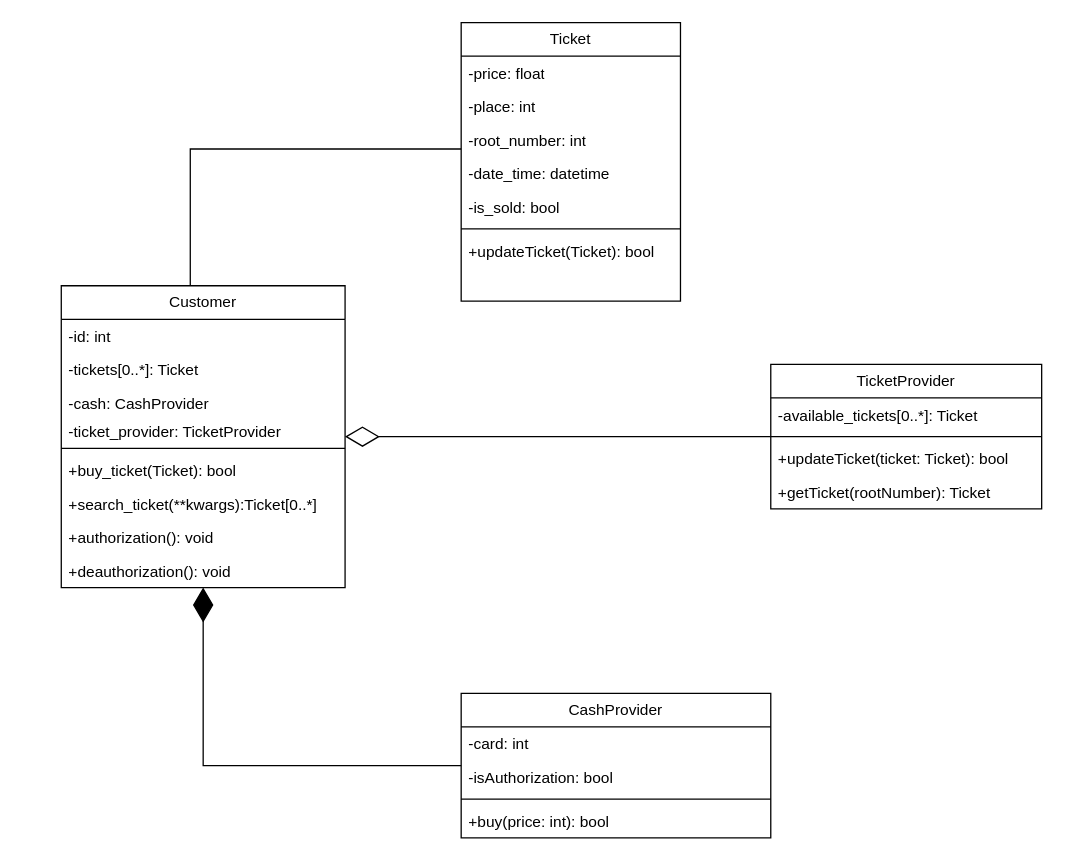
This is homework_04/seminar04.drawio from AlexeyZam15/architecture-po-seminars, a draw.io file, before an edit. Source tidied: cells renumbered, new cells numbered last; positions are measured from the earlier drawing's top-left corner, leaving out a move shared by most shapes. Both pictures are drawn from the tidied source at 129%, with x=0, y=0 at pixel (61, 22).
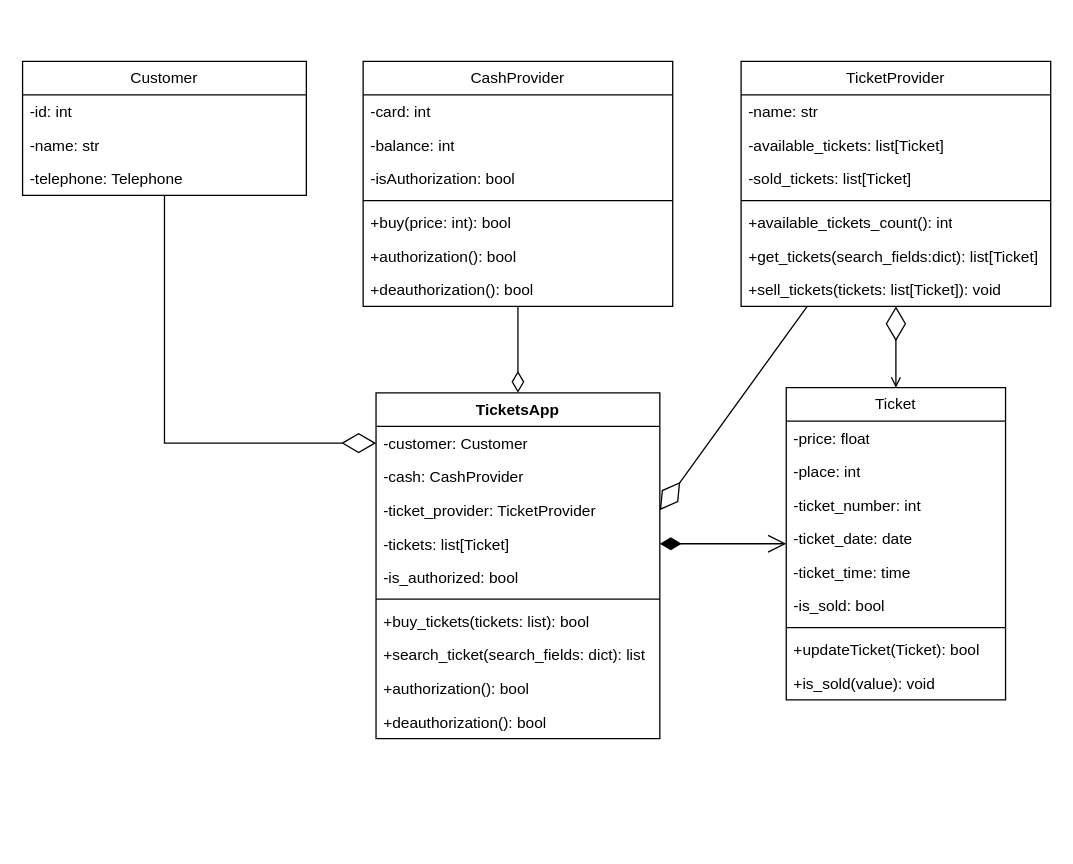
After the change.

Commit message (it also covers changes not shown here):
changed diagram, some changed program, added png variant of diagram

Diff of the diagram source:
```diff
@@
     <mxCell id="2" value="Ticket" style="swimlane;fontStyle=0;horizontal=1;startSize=26;fillColor=none;whiteSpace=wrap;html=1;" parent="1" vertex="1">
-      <mxGeometry x="310" width="170" height="216" as="geometry" />
+      <mxGeometry x="562" y="283" width="170" height="242" as="geometry" />
     </mxCell>
@@
-    <mxCell id="5" value="-root_number: int" style="text;strokeColor=none;fillColor=none;align=left;verticalAlign=top;spacingLeft=4;spacingRight=4;overflow=hidden;whiteSpace=wrap;html=1;" parent="2" vertex="1">
+    <mxCell id="5" value="-ticket_number: int" style="text;strokeColor=none;fillColor=none;align=left;verticalAlign=top;spacingLeft=4;spacingRight=4;overflow=hidden;whiteSpace=wrap;html=1;" parent="2" vertex="1">
       <mxGeometry y="78" width="170" height="26" as="geometry" />
     </mxCell>
-    <mxCell id="6" value="-date_time: datetime" style="text;strokeColor=none;fillColor=none;align=left;verticalAlign=top;spacingLeft=4;spacingRight=4;overflow=hidden;whiteSpace=wrap;html=1;" parent="2" vertex="1">
+    <mxCell id="6" value="-ticket_date: date" style="text;strokeColor=none;fillColor=none;align=left;verticalAlign=top;spacingLeft=4;spacingRight=4;overflow=hidden;whiteSpace=wrap;html=1;" parent="2" vertex="1">
       <mxGeometry y="104" width="170" height="26" as="geometry" />
     </mxCell>
+    <mxCell id="34" value="-ticket_time: time" style="text;strokeColor=none;fillColor=none;align=left;verticalAlign=top;spacingLeft=4;spacingRight=4;overflow=hidden;whiteSpace=wrap;html=1;" parent="2" vertex="1">
+      <mxGeometry y="130" width="170" height="26" as="geometry" />
+    </mxCell>
     <mxCell id="7" value="-is_sold: bool" style="text;strokeColor=none;fillColor=none;align=left;verticalAlign=top;spacingLeft=4;spacingRight=4;overflow=hidden;whiteSpace=wrap;html=1;" parent="2" vertex="1">
-      <mxGeometry y="130" width="170" height="26" as="geometry" />
+      <mxGeometry y="156" width="170" height="26" as="geometry" />
     </mxCell>
     <mxCell id="8" style="line;strokeWidth=1;fillColor=none;align=left;verticalAlign=middle;spacingTop=-1;spacingLeft=3;spacingRight=3;labelPosition=right;strokeColor=inherit;" parent="2" vertex="1">
-      <mxGeometry y="156" width="170" height="8" as="geometry" />
+      <mxGeometry y="182" width="170" height="8" as="geometry" />
     </mxCell>
     <mxCell id="9" value="+updateTicket(Ticket): bool" style="text;strokeColor=none;fillColor=none;align=left;verticalAlign=top;spacingLeft=4;spacingRight=4;overflow=hidden;whiteSpace=wrap;html=1;" parent="2" vertex="1">
-      <mxGeometry y="164" width="170" height="26" as="geometry" />
+      <mxGeometry y="190" width="170" height="26" as="geometry" />
     </mxCell>
-    <mxCell id="10" style="text;strokeColor=none;fillColor=none;align=left;verticalAlign=top;spacingLeft=4;spacingRight=4;overflow=hidden;whiteSpace=wrap;html=1;" parent="2" vertex="1">
-      <mxGeometry y="190" width="170" height="26" as="geometry" />
+    <mxCell id="10" value="+is_sold(value): void" style="text;strokeColor=none;fillColor=none;align=left;verticalAlign=top;spacingLeft=4;spacingRight=4;overflow=hidden;whiteSpace=wrap;html=1;" parent="2" vertex="1">
+      <mxGeometry y="216" width="170" height="26" as="geometry" />
     </mxCell>
     <mxCell id="11" value="TicketProvider" style="swimlane;fontStyle=0;horizontal=1;startSize=26;fillColor=none;whiteSpace=wrap;html=1;" parent="1" vertex="1">
-      <mxGeometry x="550" y="265" width="210" height="112" as="geometry" />
+      <mxGeometry x="527" y="30" width="240" height="190" as="geometry" />
     </mxCell>
+    <mxCell id="35" value="-name: str" style="text;strokeColor=none;fillColor=none;align=left;verticalAlign=top;spacingLeft=4;spacingRight=4;overflow=hidden;whiteSpace=wrap;html=1;" parent="11" vertex="1">
+      <mxGeometry y="26" width="240" height="26" as="geometry" />
+    </mxCell>
-    <mxCell id="12" value="-available_tickets[0..*]: Ticket" style="text;strokeColor=none;fillColor=none;align=left;verticalAlign=top;spacingLeft=4;spacingRight=4;overflow=hidden;whiteSpace=wrap;html=1;" parent="11" vertex="1">
-      <mxGeometry y="26" width="210" height="26" as="geometry" />
+    <mxCell id="12" value="-available_tickets: list[Ticket]" style="text;strokeColor=none;fillColor=none;align=left;verticalAlign=top;spacingLeft=4;spacingRight=4;overflow=hidden;whiteSpace=wrap;html=1;" parent="11" vertex="1">
+      <mxGeometry y="52" width="240" height="26" as="geometry" />
     </mxCell>
+    <mxCell id="36" value="-sold_tickets: list[Ticket]" style="text;strokeColor=none;fillColor=none;align=left;verticalAlign=top;spacingLeft=4;spacingRight=4;overflow=hidden;whiteSpace=wrap;html=1;" parent="11" vertex="1">
+      <mxGeometry y="78" width="240" height="26" as="geometry" />
+    </mxCell>
     <mxCell id="13" style="line;strokeWidth=1;fillColor=none;align=left;verticalAlign=middle;spacingTop=-1;spacingLeft=3;spacingRight=3;labelPosition=right;strokeColor=inherit;" parent="11" vertex="1">
-      <mxGeometry y="52" width="210" height="8" as="geometry" />
+      <mxGeometry y="104" width="240" height="8" as="geometry" />
     </mxCell>
-    <mxCell id="14" value="+updateTicket(ticket: Ticket): bool" style="text;strokeColor=none;fillColor=none;align=left;verticalAlign=top;spacingLeft=4;spacingRight=4;overflow=hidden;whiteSpace=wrap;html=1;" parent="11" vertex="1">
-      <mxGeometry y="60" width="210" height="26" as="geometry" />
-    </mxCell>
-    <mxCell id="15" value="+getTicket(rootNumber): Ticket" style="text;strokeColor=none;fillColor=none;align=left;verticalAlign=top;spacingLeft=4;spacingRight=4;overflow=hidden;whiteSpace=wrap;html=1;" parent="11" vertex="1">
-      <mxGeometry y="86" width="210" height="26" as="geometry" />
+    <mxCell id="15" value="+available_tickets_count(): int" style="text;strokeColor=none;fillColor=none;align=left;verticalAlign=top;spacingLeft=4;spacingRight=4;overflow=hidden;whiteSpace=wrap;html=1;" parent="11" vertex="1">
+      <mxGeometry y="112" width="240" height="26" as="geometry" />
     </mxCell>
+    <mxCell id="37" value="+get_tickets(search_fields:dict): list[Ticket]" style="text;strokeColor=none;fillColor=none;align=left;verticalAlign=top;spacingLeft=4;spacingRight=4;overflow=hidden;whiteSpace=wrap;html=1;" parent="11" vertex="1">
+      <mxGeometry y="138" width="240" height="26" as="geometry" />
+    </mxCell>
+    <mxCell id="38" value="+sell_tickets(tickets: list[Ticket]): void" style="text;strokeColor=none;fillColor=none;align=left;verticalAlign=top;spacingLeft=4;spacingRight=4;overflow=hidden;whiteSpace=wrap;html=1;" parent="11" vertex="1">
+      <mxGeometry y="164" width="240" height="26" as="geometry" />
+    </mxCell>
     <mxCell id="16" value="CashProvider" style="swimlane;fontStyle=0;horizontal=1;startSize=26;fillColor=none;whiteSpace=wrap;html=1;" parent="1" vertex="1">
-      <mxGeometry x="310" y="520" width="240" height="112" as="geometry" />
+      <mxGeometry x="234" y="30" width="240" height="190" as="geometry" />
     </mxCell>
@@
+    <mxCell id="39" value="-balance: int" style="text;strokeColor=none;fillColor=none;align=left;verticalAlign=top;spacingLeft=4;spacingRight=4;overflow=hidden;whiteSpace=wrap;html=1;" parent="16" vertex="1">
+      <mxGeometry y="52" width="240" height="26" as="geometry" />
+    </mxCell>
     <mxCell id="18" value="-isAuthorization: bool" style="text;strokeColor=none;fillColor=none;align=left;verticalAlign=top;spacingLeft=4;spacingRight=4;overflow=hidden;whiteSpace=wrap;html=1;" parent="16" vertex="1">
-      <mxGeometry y="52" width="240" height="26" as="geometry" />
+      <mxGeometry y="78" width="240" height="26" as="geometry" />
     </mxCell>
     <mxCell id="19" style="line;strokeWidth=1;fillColor=none;align=left;verticalAlign=middle;spacingTop=-1;spacingLeft=3;spacingRight=3;labelPosition=right;strokeColor=inherit;" parent="16" vertex="1">
-      <mxGeometry y="78" width="240" height="8" as="geometry" />
+      <mxGeometry y="104" width="240" height="8" as="geometry" />
     </mxCell>
     <mxCell id="20" value="+buy(price: int): bool" style="text;strokeColor=none;fillColor=none;align=left;verticalAlign=top;spacingLeft=4;spacingRight=4;overflow=hidden;whiteSpace=wrap;html=1;" parent="16" vertex="1">
-      <mxGeometry y="86" width="240" height="26" as="geometry" />
+      <mxGeometry y="112" width="240" height="26" as="geometry" />
     </mxCell>
+    <mxCell id="40" value="+authorization(): bool" style="text;strokeColor=none;fillColor=none;align=left;verticalAlign=top;spacingLeft=4;spacingRight=4;overflow=hidden;whiteSpace=wrap;html=1;" parent="16" vertex="1">
+      <mxGeometry y="138" width="240" height="26" as="geometry" />
+    </mxCell>
+    <mxCell id="41" value="+deauthorization(): bool" style="text;strokeColor=none;fillColor=none;align=left;verticalAlign=top;spacingLeft=4;spacingRight=4;overflow=hidden;whiteSpace=wrap;html=1;" parent="16" vertex="1">
+      <mxGeometry y="164" width="240" height="26" as="geometry" />
+    </mxCell>
     <mxCell id="21" value="Customer" style="swimlane;fontStyle=0;horizontal=1;startSize=26;fillColor=none;whiteSpace=wrap;html=1;" parent="1" vertex="1">
-      <mxGeometry y="204" width="220" height="234" as="geometry" />
+      <mxGeometry x="-30" y="30" width="220" height="104" as="geometry" />
     </mxCell>
@@
-    <mxCell id="23" value="-tickets[0..*]: Ticket" style="text;strokeColor=none;fillColor=none;align=left;verticalAlign=top;spacingLeft=4;spacingRight=4;overflow=hidden;whiteSpace=wrap;html=1;" parent="21" vertex="1">
-      <mxGeometry y="52" width="220" height="26" as="geometry" />
-    </mxCell>
+    <mxCell id="42" value="-name: str" style="text;strokeColor=none;fillColor=none;align=left;verticalAlign=top;spacingLeft=4;spacingRight=4;overflow=hidden;whiteSpace=wrap;html=1;" parent="21" vertex="1">
+      <mxGeometry y="52" width="220" height="26" as="geometry" />
+    </mxCell>
+    <mxCell id="43" value="-telephone: Telephone" style="text;strokeColor=none;fillColor=none;align=left;verticalAlign=top;spacingLeft=4;spacingRight=4;overflow=hidden;whiteSpace=wrap;html=1;" parent="21" vertex="1">
+      <mxGeometry y="78" width="220" height="26" as="geometry" />
+    </mxCell>
+    <mxCell id="44" value="TicketsApp" style="swimlane;fontStyle=1;align=center;verticalAlign=top;horizontal=1;startSize=26;whiteSpace=wrap;html=1;" parent="1" vertex="1">
+      <mxGeometry x="244" y="287" width="220" height="268" as="geometry" />
+    </mxCell>
+    <mxCell id="45" value="-customer: Customer" style="text;strokeColor=none;fillColor=none;align=left;verticalAlign=top;spacingLeft=4;spacingRight=4;overflow=hidden;points=[[0,0.5],[1,0.5]];portConstraint=eastwest;whiteSpace=wrap;html=1;" parent="44" vertex="1">
+      <mxGeometry y="26" width="220" height="26" as="geometry" />
+    </mxCell>
-    <mxCell id="24" value="-cash: CashProvider" style="text;strokeColor=none;fillColor=none;align=left;verticalAlign=top;spacingLeft=4;spacingRight=4;overflow=hidden;whiteSpace=wrap;html=1;" parent="21" vertex="1">
-      <mxGeometry y="78" width="220" height="22" as="geometry" />
+    <mxCell id="24" value="-cash: CashProvider" style="text;strokeColor=none;fillColor=none;align=left;verticalAlign=top;spacingLeft=4;spacingRight=4;overflow=hidden;whiteSpace=wrap;html=1;" parent="44" vertex="1">
+      <mxGeometry y="52" width="220" height="26" as="geometry" />
     </mxCell>
-    <mxCell id="25" value="-ticket_provider: TicketProvider" style="text;strokeColor=none;fillColor=none;align=left;verticalAlign=top;spacingLeft=4;spacingRight=4;overflow=hidden;points=[[0,0.5],[1,0.5]];portConstraint=eastwest;whiteSpace=wrap;html=1;" parent="21" vertex="1">
-      <mxGeometry y="100" width="220" height="22" as="geometry" />
+    <mxCell id="25" value="-ticket_provider: TicketProvider" style="text;strokeColor=none;fillColor=none;align=left;verticalAlign=top;spacingLeft=4;spacingRight=4;overflow=hidden;points=[[0,0.5],[1,0.5]];portConstraint=eastwest;whiteSpace=wrap;html=1;" parent="44" vertex="1">
+      <mxGeometry y="78" width="220" height="26" as="geometry" />
     </mxCell>
-    <mxCell id="26" style="line;strokeWidth=1;fillColor=none;align=left;verticalAlign=middle;spacingTop=-1;spacingLeft=3;spacingRight=3;labelPosition=right;strokeColor=inherit;" parent="21" vertex="1">
-      <mxGeometry y="122" width="220" height="8" as="geometry" />
-    </mxCell>
-    <mxCell id="27" value="+buy_ticket(Ticket): bool" style="text;strokeColor=none;fillColor=none;align=left;verticalAlign=top;spacingLeft=4;spacingRight=4;overflow=hidden;whiteSpace=wrap;html=1;" parent="21" vertex="1">
-      <mxGeometry y="130" width="220" height="26" as="geometry" />
-    </mxCell>
-    <mxCell id="28" value="+search_ticket(**kwargs):Ticket[0..*]" style="text;strokeColor=none;fillColor=none;align=left;verticalAlign=top;spacingLeft=4;spacingRight=4;overflow=hidden;whiteSpace=wrap;html=1;" parent="21" vertex="1">
-      <mxGeometry y="156" width="220" height="26" as="geometry" />
-    </mxCell>
-    <mxCell id="29" value="+authorization(): void" style="text;strokeColor=none;fillColor=none;align=left;verticalAlign=top;spacingLeft=4;spacingRight=4;overflow=hidden;whiteSpace=wrap;html=1;" parent="21" vertex="1">
-      <mxGeometry y="182" width="220" height="26" as="geometry" />
-    </mxCell>
-    <mxCell id="30" value="+deauthorization(): void" style="text;strokeColor=none;fillColor=none;align=left;verticalAlign=top;spacingLeft=4;spacingRight=4;overflow=hidden;whiteSpace=wrap;html=1;" parent="21" vertex="1">
-      <mxGeometry y="208" width="220" height="26" as="geometry" />
-    </mxCell>
-    <mxCell id="31" style="endArrow=diamondThin;endFill=1;endSize=24;html=1;rounded=0;edgeStyle=orthogonalEdgeStyle;" parent="1" edge="1" source="16" target="21">
-      <mxGeometry relative="1" as="geometry" />
-    </mxCell>
-    <mxCell id="32" style="endArrow=none;html=1;edgeStyle=orthogonalEdgeStyle;rounded=0;" parent="1" edge="1" source="2" target="21">
-      <mxGeometry relative="1" as="geometry">
-        <Array as="points">
-          <mxPoint x="100" y="98" />
-        </Array>
-      </mxGeometry>
-    </mxCell>
-    <mxCell id="33" style="endArrow=diamondThin;endFill=0;endSize=24;html=1;rounded=0;" parent="1" edge="1" source="11" target="21">
-      <mxGeometry relative="1" as="geometry" />
-    </mxCell>
+    <mxCell id="46" value="-tickets: list[Ticket]" style="text;strokeColor=none;fillColor=none;align=left;verticalAlign=top;spacingLeft=4;spacingRight=4;overflow=hidden;points=[[0,0.5],[1,0.5]];portConstraint=eastwest;whiteSpace=wrap;html=1;" parent="44" vertex="1">
+      <mxGeometry y="104" width="220" height="26" as="geometry" />
+    </mxCell>
+    <mxCell id="47" value="-is_authorized: bool" style="text;strokeColor=none;fillColor=none;align=left;verticalAlign=top;spacingLeft=4;spacingRight=4;overflow=hidden;whiteSpace=wrap;html=1;" parent="44" vertex="1">
+      <mxGeometry y="130" width="220" height="26" as="geometry" />
+    </mxCell>
+    <mxCell id="48" style="line;strokeWidth=1;fillColor=none;align=left;verticalAlign=middle;spacingTop=-1;spacingLeft=3;spacingRight=3;labelPosition=right;strokeColor=inherit;" parent="44" vertex="1">
+      <mxGeometry y="156" width="220" height="8" as="geometry" />
+    </mxCell>
+    <mxCell id="49" value="+buy_tickets(tickets: list): bool" style="text;strokeColor=none;fillColor=none;align=left;verticalAlign=top;spacingLeft=4;spacingRight=4;overflow=hidden;whiteSpace=wrap;html=1;" parent="44" vertex="1">
+      <mxGeometry y="164" width="220" height="26" as="geometry" />
+    </mxCell>
+    <mxCell id="50" value="+search_ticket(search_fields: dict): list" style="text;strokeColor=none;fillColor=none;align=left;verticalAlign=top;spacingLeft=4;spacingRight=4;overflow=hidden;whiteSpace=wrap;html=1;" parent="44" vertex="1">
+      <mxGeometry y="190" width="220" height="26" as="geometry" />
+    </mxCell>
+    <mxCell id="51" value="+authorization(): bool" style="text;strokeColor=none;fillColor=none;align=left;verticalAlign=top;spacingLeft=4;spacingRight=4;overflow=hidden;whiteSpace=wrap;html=1;" parent="44" vertex="1">
+      <mxGeometry y="216" width="220" height="26" as="geometry" />
+    </mxCell>
+    <mxCell id="52" value="+deauthorization(): bool" style="text;strokeColor=none;fillColor=none;align=left;verticalAlign=top;spacingLeft=4;spacingRight=4;overflow=hidden;whiteSpace=wrap;html=1;" parent="44" vertex="1">
+      <mxGeometry y="242" width="220" height="26" as="geometry" />
+    </mxCell>
+    <mxCell id="53" style="endArrow=diamondThin;endFill=0;endSize=24;html=1;rounded=0;entryX=0;entryY=0.5;entryDx=0;entryDy=0;startArrow=none;startFill=0;edgeStyle=orthogonalEdgeStyle;" parent="1" edge="1" source="21" target="45">
+      <mxGeometry relative="1" as="geometry" />
+    </mxCell>
+    <mxCell id="54" style="endArrow=diamondThin;endFill=0;endSize=24;html=1;rounded=0;entryX=1;entryY=0.5;entryDx=0;entryDy=0;startArrow=none;startFill=0;" parent="1" edge="1" source="11" target="25">
+      <mxGeometry relative="1" as="geometry" />
+    </mxCell>
+    <mxCell id="55" style="endArrow=diamondThin;endFill=0;endSize=24;html=1;rounded=0;startArrow=open;startFill=0;" parent="1" edge="1" source="2" target="11">
+      <mxGeometry relative="1" as="geometry" />
+    </mxCell>
+    <mxCell id="56" style="endArrow=open;html=1;endSize=12;startArrow=diamondThin;startSize=14;startFill=1;align=left;verticalAlign=bottom;rounded=0;exitX=1;exitY=0.5;exitDx=0;exitDy=0;" parent="1" edge="1" source="46" target="2">
+      <mxGeometry x="-1" y="3" relative="1" as="geometry" />
+    </mxCell>
+    <mxCell id="57" style="endArrow=none;html=1;endSize=12;startArrow=diamondThin;startSize=14;startFill=0;edgeStyle=orthogonalEdgeStyle;align=left;verticalAlign=bottom;rounded=0;endFill=0;" parent="1" edge="1" source="44" target="16">
+      <mxGeometry x="-1" y="3" relative="1" as="geometry" />
+    </mxCell>
```
